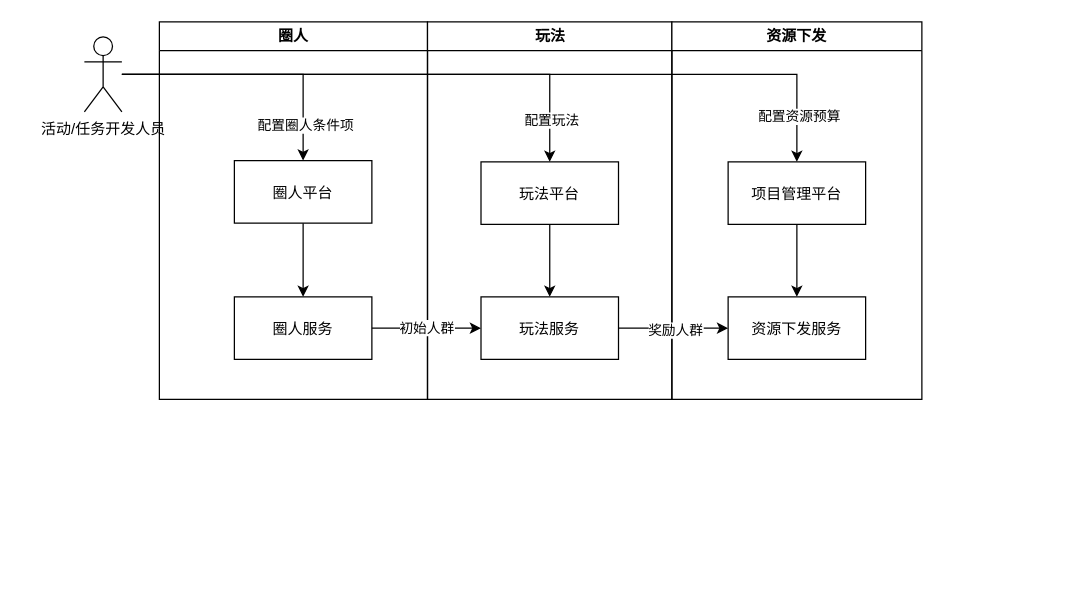
This is capability.drawio from carlonelong/pics, a draw.io file, before an edit. Source tidied: cells renumbered, new cells numbered last; positions are measured from the earlier drawing's top-left corner, leaving out a move shared by most shapes. Both pictures are drawn from the tidied source at 125%, with x=0, y=0 at pixel (84, 21).
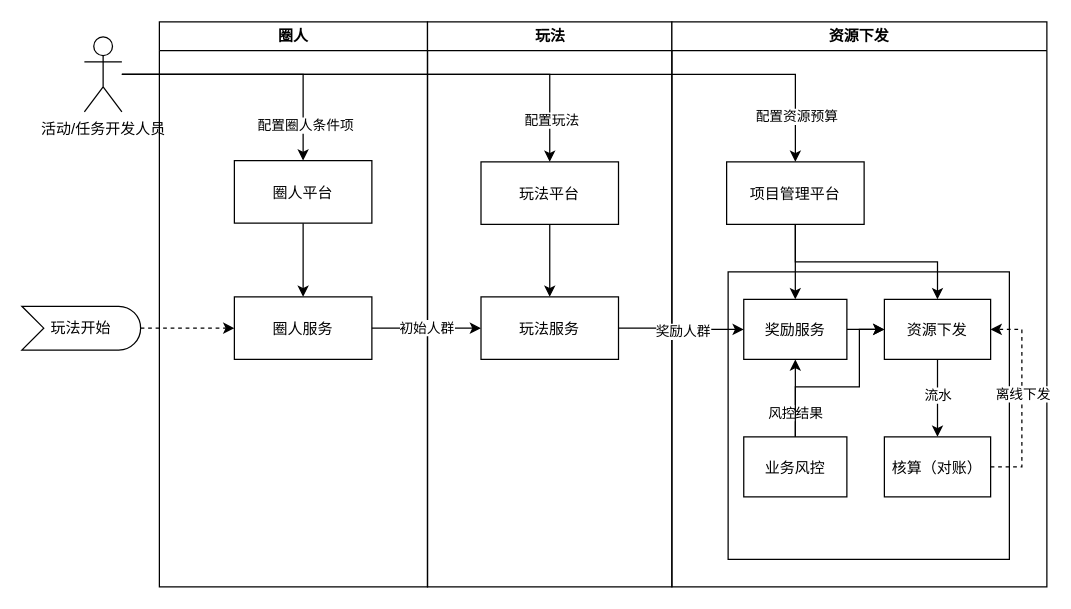
The same page after the edit.

The change refers to these unchanged cells:
```xml
<mxCell id="5" value="圈人服务" parent="2" vertex="1">
  <mxGeometry x="60" y="220" width="110" height="50" as="geometry" />
</mxCell>
<mxCell id="9" value="玩法服务" parent="6" vertex="1">
  <mxGeometry x="42.8" y="220" width="110" height="50" as="geometry" />
</mxCell>
```

Change to the diagram source:
```diff
@@
     <mxCell id="2" value="圈人" style="swimlane;whiteSpace=wrap;" parent="1" vertex="1">
-      <mxGeometry x="60" width="214.5" height="302" as="geometry" />
+      <mxGeometry x="60" width="214.5" height="452" as="geometry" />
     </mxCell>
@@
     <mxCell id="6" value="玩法" style="swimlane;whiteSpace=wrap;" parent="1" vertex="1">
-      <mxGeometry x="274.5" width="195.5" height="302" as="geometry" />
+      <mxGeometry x="274.5" width="195.5" height="452" as="geometry" />
     </mxCell>
@@
     <mxCell id="10" value="资源下发" style="swimlane;whiteSpace=wrap;" parent="1" vertex="1">
-      <mxGeometry x="470" width="200" height="302" as="geometry" />
+      <mxGeometry x="470" width="300" height="452" as="geometry" />
     </mxCell>
+    <mxCell id="13" parent="10" vertex="1">
+      <mxGeometry x="45" y="200" width="225" height="230" as="geometry" />
+    </mxCell>
+    <mxCell id="24" style="edgeStyle=orthogonalEdgeStyle;rounded=0;jettySize=auto;html=1;entryX=0.5;entryY=0;entryDx=0;entryDy=0;" parent="10" edge="1" source="12" target="26">
+      <mxGeometry relative="1" as="geometry" />
+    </mxCell>
+    <mxCell id="12" value="项目管理平台" parent="10" vertex="1">
+      <mxGeometry x="43.8" y="112" width="110" height="50" as="geometry" />
+    </mxCell>
+    <mxCell id="25" style="edgeStyle=orthogonalEdgeStyle;rounded=0;jettySize=auto;html=1;entryX=0;entryY=0.5;entryDx=0;entryDy=0;" parent="10" edge="1" source="26" target="29">
+      <mxGeometry relative="1" as="geometry" />
+    </mxCell>
+    <mxCell id="26" value="奖励服务" parent="10" vertex="1">
+      <mxGeometry x="57.5" y="222" width="82.5" height="48" as="geometry" />
+    </mxCell>
+    <mxCell id="27" style="edgeStyle=orthogonalEdgeStyle;rounded=0;jettySize=auto;html=1;entryX=0.5;entryY=0;entryDx=0;entryDy=0;" parent="10" edge="1" source="29" target="32">
+      <mxGeometry relative="1" as="geometry" />
+    </mxCell>
+    <mxCell id="28" value="流水" style="edgeLabel;html=1;align=center;verticalAlign=middle;" parent="27" vertex="1">
+      <mxGeometry x="-0.1" relative="1" as="geometry" />
+    </mxCell>
+    <mxCell id="29" value="资源下发" parent="10" vertex="1">
+      <mxGeometry x="170" y="222" width="85" height="48" as="geometry" />
+    </mxCell>
+    <mxCell id="30" style="edgeStyle=orthogonalEdgeStyle;rounded=0;jettySize=auto;html=1;entryX=1;entryY=0.5;entryDx=0;entryDy=0;dashed=1;" parent="10" edge="1" source="32" target="29">
+      <mxGeometry relative="1" as="geometry">
+        <Array as="points">
+          <mxPoint x="280" y="356" />
+          <mxPoint x="280" y="246" />
+        </Array>
+      </mxGeometry>
+    </mxCell>
+    <mxCell id="31" value="离线下发" style="edgeLabel;html=1;align=center;verticalAlign=middle;" parent="30" vertex="1">
+      <mxGeometry x="0.05" relative="1" as="geometry" />
+    </mxCell>
+    <mxCell id="32" value="核算（对账）" parent="10" vertex="1">
+      <mxGeometry x="170" y="332" width="85" height="48" as="geometry" />
+    </mxCell>
+    <mxCell id="33" style="edgeStyle=orthogonalEdgeStyle;rounded=0;jettySize=auto;html=1;entryX=0.5;entryY=1;entryDx=0;entryDy=0;" parent="10" edge="1" source="36" target="26">
+      <mxGeometry relative="1" as="geometry" />
+    </mxCell>
+    <mxCell id="34" value="风控结果" style="edgeLabel;html=1;align=center;verticalAlign=middle;" parent="33" vertex="1">
+      <mxGeometry x="0.1" relative="1" as="geometry">
+        <mxPoint x="-0.1" y="14" as="offset" />
+      </mxGeometry>
+    </mxCell>
+    <mxCell id="35" style="edgeStyle=orthogonalEdgeStyle;rounded=0;jettySize=auto;html=1;entryX=0;entryY=0.5;entryDx=0;entryDy=0;exitX=0.5;exitY=0;exitDx=0;exitDy=0;" parent="10" edge="1" source="36" target="29">
+      <mxGeometry relative="1" as="geometry">
+        <Array as="points">
+          <mxPoint x="99" y="292" />
+          <mxPoint x="150" y="292" />
+          <mxPoint x="150" y="246" />
+        </Array>
+      </mxGeometry>
+    </mxCell>
+    <mxCell id="36" value="业务风控" parent="10" vertex="1">
+      <mxGeometry x="57.5" y="332" width="82.5" height="48" as="geometry" />
+    </mxCell>
-    <mxCell id="11" style="edgeStyle=orthogonalEdgeStyle;rounded=0;jettySize=auto;html=1;exitX=0.5;exitY=1;exitDx=0;exitDy=0;entryX=0.5;entryY=0;entryDx=0;entryDy=0;" parent="10" edge="1" source="12" target="13">
+    <mxCell id="11" style="edgeStyle=orthogonalEdgeStyle;rounded=0;jettySize=auto;html=1;exitX=0.5;exitY=1;exitDx=0;exitDy=0;" parent="10" edge="1" source="12" target="29">
       <mxGeometry relative="1" as="geometry" />
     </mxCell>
-    <mxCell id="12" value="项目管理平台" parent="10" vertex="1">
-      <mxGeometry x="45" y="112" width="110" height="50" as="geometry" />
-    </mxCell>
-    <mxCell id="13" value="资源下发服务" parent="10" vertex="1">
-      <mxGeometry x="45" y="220" width="110" height="50" as="geometry" />
-    </mxCell>
@@
-    <mxCell id="22" style="edgeStyle=orthogonalEdgeStyle;rounded=0;jettySize=auto;html=1;entryX=0;entryY=0.5;entryDx=0;entryDy=0;" parent="1" edge="1" source="9" target="13">
+    <mxCell id="22" style="edgeStyle=orthogonalEdgeStyle;rounded=0;jettySize=auto;html=1;entryX=0;entryY=0.5;entryDx=0;entryDy=0;" parent="1" edge="1" source="9" target="26">
       <mxGeometry relative="1" as="geometry" />
     </mxCell>
@@
+    <mxCell id="37" style="edgeStyle=orthogonalEdgeStyle;rounded=0;jettySize=auto;html=1;entryX=0;entryY=0.5;entryDx=0;entryDy=0;dashed=1;" parent="1" edge="1" source="38" target="5">
+      <mxGeometry relative="1" as="geometry" />
+    </mxCell>
+    <mxCell id="38" value="玩法开始" style="html=1;outlineConnect=0;whiteSpace=wrap;shape=mxgraph.archimate3.event;fillColor=#FFFFFF;" parent="1" vertex="1">
+      <mxGeometry x="-50" y="227.5" width="95" height="35" as="geometry" />
+    </mxCell>
```
